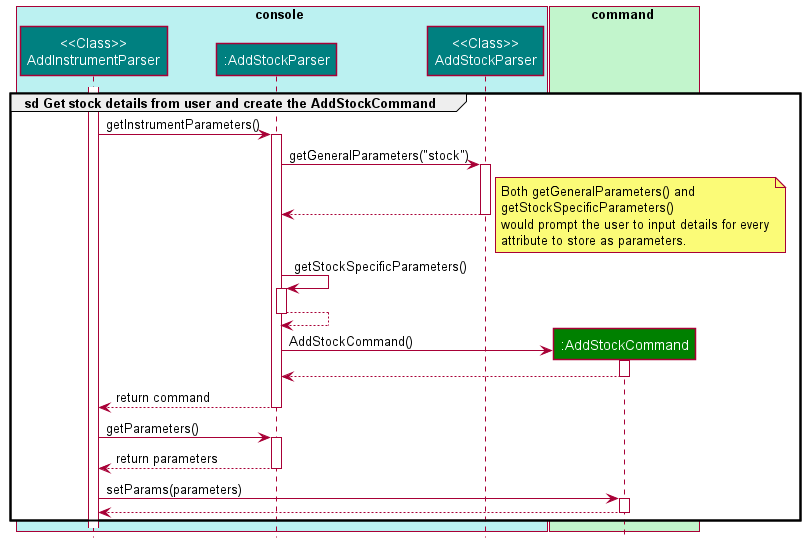
The PlantUML diagram docs/images/AddStockSequenceDiagramRef.png in williamlamjy/mTracker, before a commit.
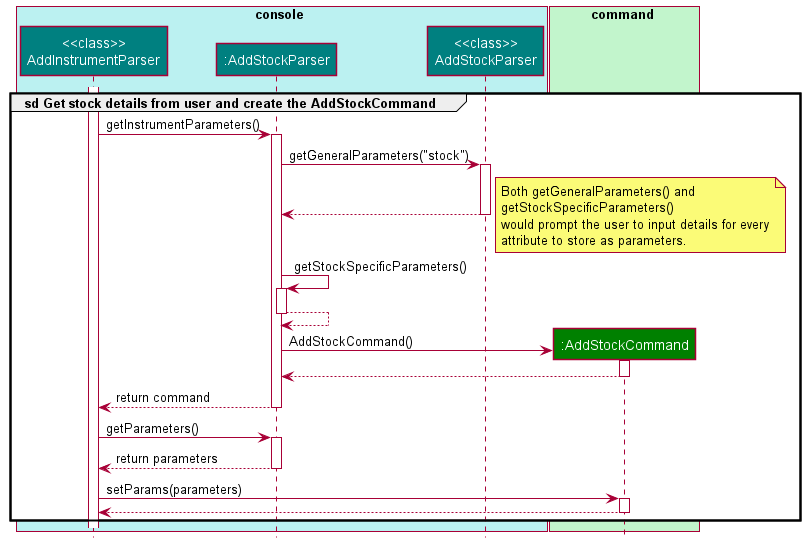
Later version of the same file.

Diff of the diagram source:
```diff
@@ -4,9 +4,9 @@
 group sd Get stock details from user and create the AddStockCommand
 
 box console COLOR_CONSOLE_SEGMENT
-participant "<<Class>>\nAddInstrumentParser" as AddInstrumentParser COLOR_CONSOLE
+participant "<<class>>\nAddInstrumentParser" as AddInstrumentParser COLOR_CONSOLE
 participant ":AddStockParser" as AddStockParser COLOR_CONSOLE
-participant "<<Class>>\nAddStockParser" as ClassAddStockParser COLOR_CONSOLE
+participant "<<class>>\nAddStockParser" as ClassAddStockParser COLOR_CONSOLE
 end box
 
 box command COLOR_FAINT_GREEN
```
